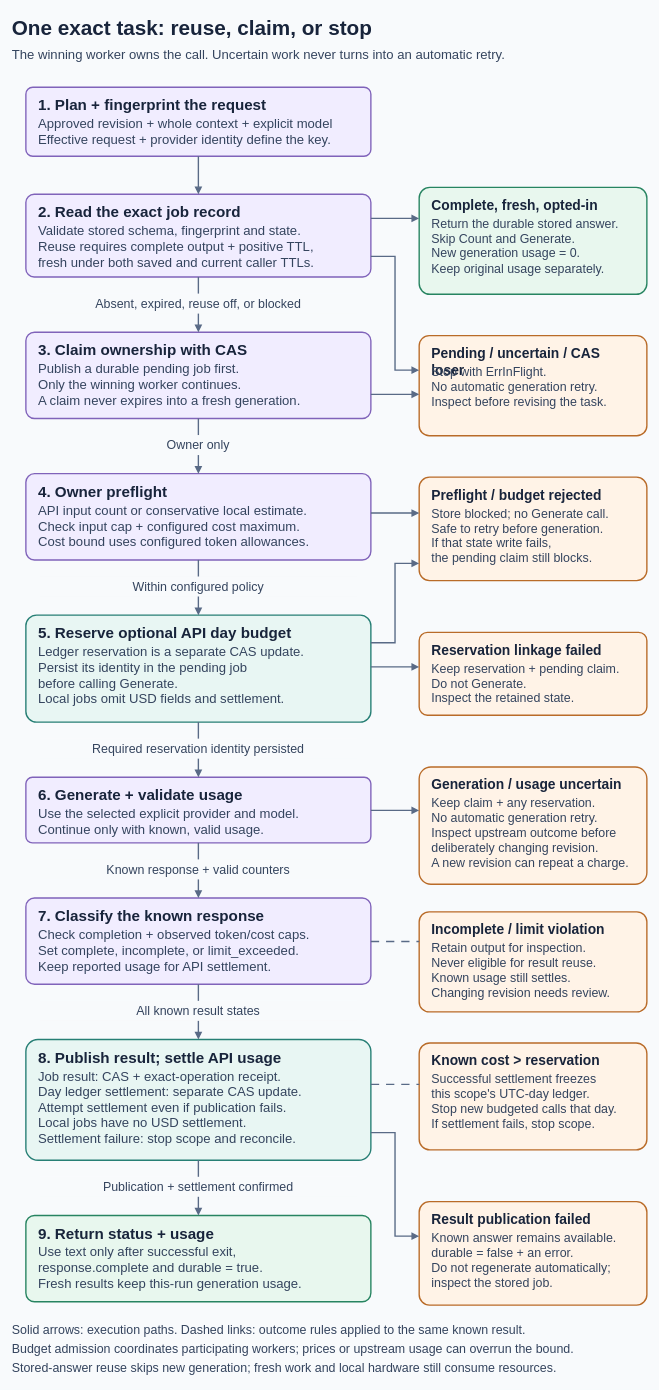
Earlier version of the draw.io diagram page "Task lifecycle" (2 of 2) of docs/diagrams/model-workflows.drawio (spfuzzylink/questlock). Source tidied: cells renumbered, new cells numbered last; positions are measured from the earlier drawing's top-left corner, leaving out a move shared by most shapes. Both pictures are drawn from the tidied source at 69%, with x=0, y=0 at pixel (12, 12).
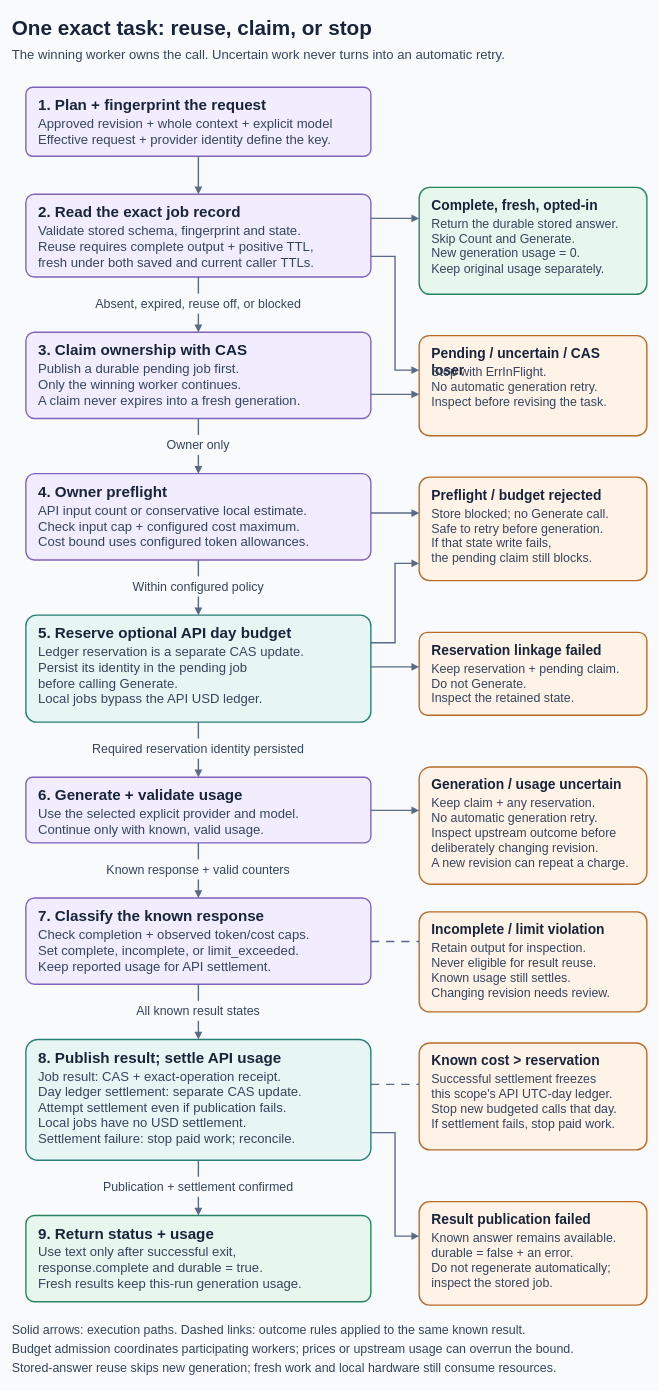
The same diagram, later.

Unchanged cells that the change refers to:
```xml
<mxCell id="25" style="rounded=1;arcSize=10;html=0;whiteSpace=wrap;fillColor=#e8f6f3;strokeColor=#277f75;strokeWidth=2;" parent="1" vertex="1">
  <mxGeometry x="20" y="874" width="500" height="155" as="geometry" />
</mxCell>
<mxCell id="43" style="rounded=1;arcSize=10;html=0;whiteSpace=wrap;fillColor=#e8f6f3;strokeColor=#277f75;strokeWidth=2;" parent="1" vertex="1">
  <mxGeometry x="20" y="1489" width="500" height="175" as="geometry" />
</mxCell>
<mxCell id="46" style="rounded=1;arcSize=10;html=0;whiteSpace=wrap;fillColor=#fff3e7;strokeColor=#b96b28;strokeWidth=2;" parent="1" vertex="1">
  <mxGeometry x="590" y="1494" width="330" height="155" as="geometry" />
</mxCell>
```

Diff of the diagram source:
```diff
@@
-    <mxCell id="27" value="Ledger reservation is a separate CAS update.&#10;Persist its identity in the pending job&#10;before calling Generate.&#10;Local jobs omit USD fields and settlement." style="text;html=0;whiteSpace=wrap;align=left;verticalAlign=top;fillColor=none;strokeColor=none;fontFamily=Arial;fontColor=#34445e;spacing=0;fontSize=19;" parent="25" vertex="1">
+    <mxCell id="27" value="Ledger reservation is a separate CAS update.&#10;Persist its identity in the pending job&#10;before calling Generate.&#10;Local jobs bypass the API USD ledger." style="text;html=0;whiteSpace=wrap;align=left;verticalAlign=top;fillColor=none;strokeColor=none;fontFamily=Arial;fontColor=#34445e;spacing=0;fontSize=19;" parent="25" vertex="1">
       <mxGeometry x="18" y="38" width="464" height="113" as="geometry" />
     </mxCell>
@@
-    <mxCell id="45" value="Job result: CAS + exact-operation receipt.&#10;Day ledger settlement: separate CAS update.&#10;Attempt settlement even if publication fails.&#10;Local jobs have no USD settlement.&#10;Settlement failure: stop scope and reconcile." style="text;html=0;whiteSpace=wrap;align=left;verticalAlign=top;fillColor=none;strokeColor=none;fontFamily=Arial;fontColor=#34445e;spacing=0;fontSize=19;" parent="43" vertex="1">
+    <mxCell id="45" value="Job result: CAS + exact-operation receipt.&#10;Day ledger settlement: separate CAS update.&#10;Attempt settlement even if publication fails.&#10;Local jobs have no USD settlement.&#10;Settlement failure: stop paid work; reconcile." style="text;html=0;whiteSpace=wrap;align=left;verticalAlign=top;fillColor=none;strokeColor=none;fontFamily=Arial;fontColor=#34445e;spacing=0;fontSize=19;" parent="43" vertex="1">
       <mxGeometry x="18" y="38" width="464" height="133" as="geometry" />
     </mxCell>
@@
-    <mxCell id="48" value="Successful settlement freezes&#10;this scope's UTC-day ledger.&#10;Stop new budgeted calls that day.&#10;If settlement fails, stop scope." style="text;html=0;whiteSpace=wrap;align=left;verticalAlign=top;fillColor=none;strokeColor=none;fontFamily=Arial;fontColor=#34445e;spacing=0;fontSize=18;" parent="46" vertex="1">
+    <mxCell id="48" value="Successful settlement freezes&#10;this scope's API UTC-day ledger.&#10;Stop new budgeted calls that day.&#10;If settlement fails, stop paid work." style="text;html=0;whiteSpace=wrap;align=left;verticalAlign=top;fillColor=none;strokeColor=none;fontFamily=Arial;fontColor=#34445e;spacing=0;fontSize=18;" parent="46" vertex="1">
       <mxGeometry x="18" y="38" width="294" height="113" as="geometry" />
     </mxCell>
```
